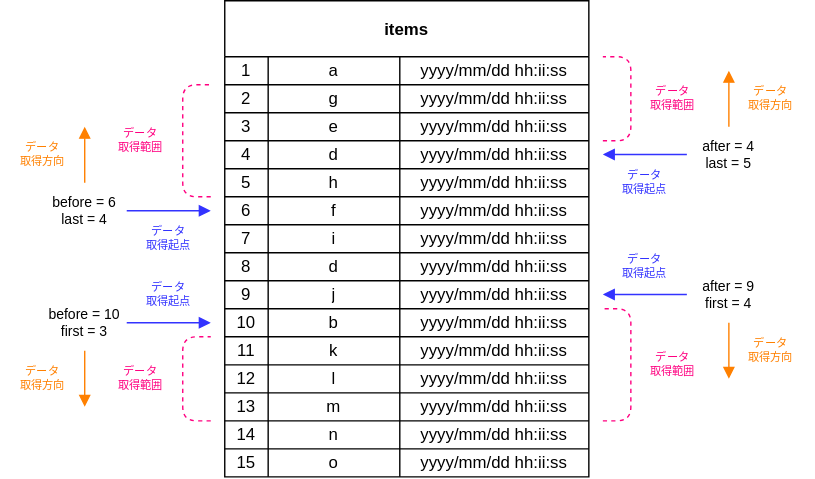
This is pages/schema/_drawio/relay.cursor.connection.drawio.svg from hazuki3417/memoria-design, a draw.io export, as it was before one commit. Source tidied: cells renumbered, new cells last; positions are measured from the earlier drawing's top-left corner, leaving out a move shared by most shapes.
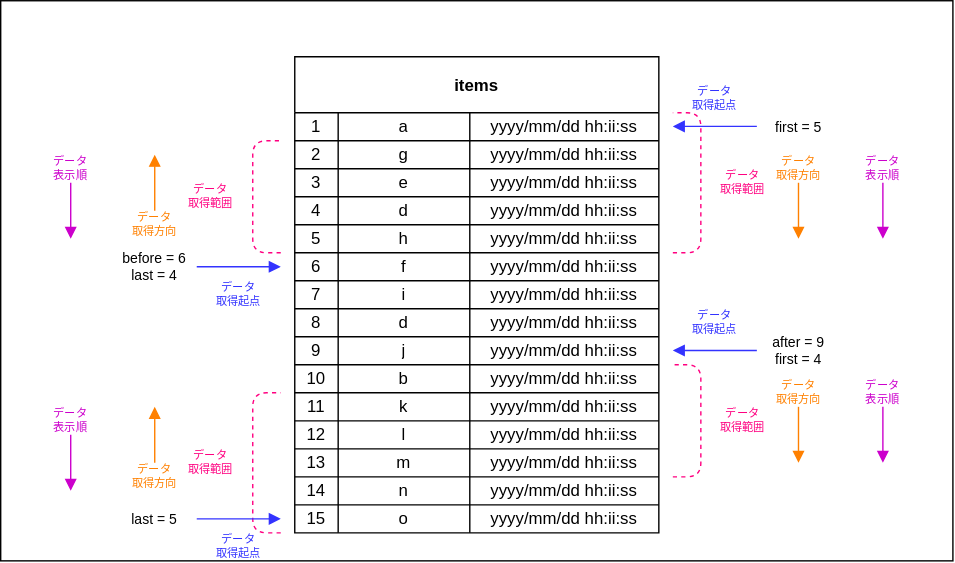
After the commit.

Commit message:
fix: relay cursor connectionの情報を修正

The edit, as a diff of the source:
```diff
@@ -1,6 +1,10 @@
 <mxGraphModel>
   <root>
     <mxCell id="0" />
+    <mxCell id="91" value="art-work" parent="0" />
+    <mxCell id="92" style="rounded=0;whiteSpace=wrap;html=1;strokeWidth=1;" parent="91" vertex="1">
+      <mxGeometry x="-50" y="-40" width="680" height="400" as="geometry" />
+    </mxCell>
     <mxCell id="1" value="elem" parent="0" />
     <mxCell id="2" value="items" style="shape=table;startSize=40;fontStyle=1;align=center;" parent="1" vertex="1">
       <mxGeometry x="160" width="260" height="340" as="geometry" />
@@ -185,18 +189,9 @@
     <mxCell id="62" value="yyyy/mm/dd hh:ii:ss" style="shape=partialRectangle;html=1;whiteSpace=wrap;fillColor=none;top=0;left=0;bottom=0;right=0;overflow=hidden;" parent="59" vertex="1">
       <mxGeometry x="125" width="135" height="20" as="geometry" />
     </mxCell>
-    <mxCell id="63" value="before = 10&lt;br style=&quot;font-size: 10px;&quot;&gt;first = 3" style="text;html=1;strokeColor=none;fillColor=none;align=center;verticalAlign=middle;whiteSpace=wrap;rounded=0;fontSize=10;fontColor=#000000;" parent="1" vertex="1">
-      <mxGeometry x="30" y="220" width="60" height="20" as="geometry" />
-    </mxCell>
     <mxCell id="64" value="after = 9&lt;br style=&quot;font-size: 10px;&quot;&gt;first = 4" style="text;html=1;strokeColor=none;fillColor=none;align=center;verticalAlign=middle;whiteSpace=wrap;rounded=0;fontSize=10;fontColor=#000000;" parent="1" vertex="1">
       <mxGeometry x="490" y="200" width="60" height="20" as="geometry" />
     </mxCell>
-    <mxCell id="65" style="endArrow=block;html=1;endFill=1;fontColor=#3333FF;strokeColor=#3333FF;" parent="1" edge="1">
-      <mxGeometry relative="1" as="geometry">
-        <mxPoint x="90" y="230" as="sourcePoint" />
-        <mxPoint x="150" y="230" as="targetPoint" />
-      </mxGeometry>
-    </mxCell>
     <mxCell id="66" style="endArrow=block;html=1;endFill=1;strokeColor=#3333FF;" parent="1" edge="1">
       <mxGeometry relative="1" as="geometry">
         <mxPoint x="490" y="209.7" as="sourcePoint" />
@@ -205,14 +200,14 @@
     </mxCell>
     <mxCell id="67" style="endArrow=block;html=1;endFill=1;strokeColor=#FF8000;" parent="1" edge="1">
       <mxGeometry relative="1" as="geometry">
-        <mxPoint x="60" y="130" as="sourcePoint" />
-        <mxPoint x="60" y="90" as="targetPoint" />
+        <mxPoint x="60" y="110" as="sourcePoint" />
+        <mxPoint x="60" y="70" as="targetPoint" />
       </mxGeometry>
     </mxCell>
     <mxCell id="68" style="endArrow=block;html=1;endFill=1;strokeColor=#FF8000;" parent="1" edge="1">
       <mxGeometry relative="1" as="geometry">
-        <mxPoint x="520" y="230" as="sourcePoint" />
-        <mxPoint x="520" y="270" as="targetPoint" />
+        <mxPoint x="519.7" y="250" as="sourcePoint" />
+        <mxPoint x="519.7" y="290" as="targetPoint" />
       </mxGeometry>
     </mxCell>
     <mxCell id="69" style="endArrow=none;dashed=1;html=1;edgeStyle=orthogonalEdgeStyle;strokeColor=#FF0080;" parent="1" edge="1">
@@ -226,35 +221,12 @@
         </Array>
       </mxGeometry>
     </mxCell>
-    <mxCell id="70" style="endArrow=none;dashed=1;html=1;edgeStyle=orthogonalEdgeStyle;strokeWidth=1;strokeColor=#FF0080;" parent="1" edge="1">
-      <mxGeometry relative="1" as="geometry">
-        <mxPoint x="150" y="300" as="sourcePoint" />
-        <mxPoint x="150" y="240" as="targetPoint" />
-        <Array as="points">
-          <mxPoint x="150" y="300" />
-          <mxPoint x="130" y="300" />
-          <mxPoint x="130" y="240" />
-        </Array>
-      </mxGeometry>
-    </mxCell>
     <mxCell id="71" value="データ&lt;br style=&quot;font-size: 8px;&quot;&gt;取得方向" style="text;html=1;strokeColor=none;fillColor=none;align=center;verticalAlign=middle;whiteSpace=wrap;rounded=0;fontSize=8;fontColor=#FF8000;" parent="1" vertex="1">
-      <mxGeometry x="520" y="240" width="60" height="20" as="geometry" />
+      <mxGeometry x="490" y="230" width="60" height="20" as="geometry" />
     </mxCell>
-    <mxCell id="72" value="データ&lt;br style=&quot;font-size: 8px;&quot;&gt;取得方向" style="text;html=1;strokeColor=none;fillColor=none;align=center;verticalAlign=middle;whiteSpace=wrap;rounded=0;fontSize=8;fontColor=#FF8000;" parent="1" vertex="1">
-      <mxGeometry y="260" width="60" height="20" as="geometry" />
-    </mxCell>
     <mxCell id="73" value="データ&lt;br style=&quot;font-size: 8px;&quot;&gt;取得起点" style="text;html=1;strokeColor=none;fillColor=none;align=center;verticalAlign=middle;whiteSpace=wrap;rounded=0;fontSize=8;fontColor=#3333FF;" parent="1" vertex="1">
       <mxGeometry x="430" y="180" width="60" height="20" as="geometry" />
     </mxCell>
-    <mxCell id="74" value="データ&lt;br style=&quot;font-size: 8px;&quot;&gt;取得起点" style="text;html=1;strokeColor=none;fillColor=none;align=center;verticalAlign=middle;whiteSpace=wrap;rounded=0;fontSize=8;fontColor=#3333FF;" parent="1" vertex="1">
-      <mxGeometry x="90" y="200" width="60" height="20" as="geometry" />
-    </mxCell>
-    <mxCell id="75" style="endArrow=block;html=1;endFill=1;strokeColor=#FF8000;" parent="1" edge="1">
-      <mxGeometry relative="1" as="geometry">
-        <mxPoint x="60" y="250" as="sourcePoint" />
-        <mxPoint x="60" y="290" as="targetPoint" />
-      </mxGeometry>
-    </mxCell>
     <mxCell id="76" style="endArrow=none;dashed=1;html=1;edgeStyle=orthogonalEdgeStyle;strokeColor=#FF0080;strokeWidth=1;" parent="1" edge="1">
       <mxGeometry relative="1" as="geometry">
         <mxPoint x="150" y="140" as="sourcePoint" />
@@ -279,50 +251,118 @@
       <mxGeometry x="30" y="140" width="60" height="20" as="geometry" />
     </mxCell>
     <mxCell id="80" value="データ&lt;br style=&quot;font-size: 8px;&quot;&gt;取得方向" style="text;html=1;strokeColor=none;fillColor=none;align=center;verticalAlign=middle;whiteSpace=wrap;rounded=0;fontSize=8;fontColor=#FF8000;" parent="1" vertex="1">
-      <mxGeometry y="100" width="60" height="20" as="geometry" />
+      <mxGeometry x="30" y="110" width="60" height="20" as="geometry" />
     </mxCell>
     <mxCell id="81" value="データ&lt;br style=&quot;font-size: 8px;&quot;&gt;取得範囲" style="text;html=1;strokeColor=none;fillColor=none;align=center;verticalAlign=middle;whiteSpace=wrap;rounded=0;fontSize=8;fontColor=#FF0080;" parent="1" vertex="1">
       <mxGeometry x="70" y="90" width="60" height="20" as="geometry" />
     </mxCell>
-    <mxCell id="82" value="データ&lt;br style=&quot;font-size: 8px;&quot;&gt;取得範囲" style="text;html=1;strokeColor=none;fillColor=none;align=center;verticalAlign=middle;whiteSpace=wrap;rounded=0;fontSize=8;fontColor=#FF0080;" parent="1" vertex="1">
-      <mxGeometry x="70" y="260" width="60" height="20" as="geometry" />
-    </mxCell>
     <mxCell id="83" value="データ&lt;br style=&quot;font-size: 8px;&quot;&gt;取得範囲" style="text;html=1;strokeColor=none;fillColor=none;align=center;verticalAlign=middle;whiteSpace=wrap;rounded=0;fontSize=8;fontColor=#FF0080;" parent="1" vertex="1">
       <mxGeometry x="450" y="250" width="60" height="20" as="geometry" />
     </mxCell>
-    <mxCell id="84" value="after = 4&lt;br style=&quot;font-size: 10px;&quot;&gt;last = 5" style="text;html=1;strokeColor=none;fillColor=none;align=center;verticalAlign=middle;whiteSpace=wrap;rounded=0;fontSize=10;fontColor=#000000;" parent="1" vertex="1">
-      <mxGeometry x="490" y="100" width="60" height="20" as="geometry" />
-    </mxCell>
-    <mxCell id="85" style="endArrow=block;html=1;endFill=1;strokeColor=#3333FF;" parent="1" edge="1">
-      <mxGeometry relative="1" as="geometry">
-        <mxPoint x="490" y="109.8" as="sourcePoint" />
-        <mxPoint x="430" y="109.8" as="targetPoint" />
-      </mxGeometry>
-    </mxCell>
-    <mxCell id="86" style="endArrow=none;dashed=1;html=1;edgeStyle=orthogonalEdgeStyle;strokeColor=#FF0080;" parent="1" edge="1">
-      <mxGeometry relative="1" as="geometry">
-        <mxPoint x="430" y="100" as="sourcePoint" />
-        <mxPoint x="430" y="40" as="targetPoint" />
-        <Array as="points">
-          <mxPoint x="450" y="100" />
-          <mxPoint x="450" y="40" />
-        </Array>
-      </mxGeometry>
-    </mxCell>
-    <mxCell id="87" value="データ&lt;br style=&quot;font-size: 8px;&quot;&gt;取得起点" style="text;html=1;strokeColor=none;fillColor=none;align=center;verticalAlign=middle;whiteSpace=wrap;rounded=0;fontSize=8;fontColor=#3333FF;" parent="1" vertex="1">
-      <mxGeometry x="430" y="120" width="60" height="20" as="geometry" />
-    </mxCell>
-    <mxCell id="88" value="データ&lt;br style=&quot;font-size: 8px;&quot;&gt;取得範囲" style="text;html=1;strokeColor=none;fillColor=none;align=center;verticalAlign=middle;whiteSpace=wrap;rounded=0;fontSize=8;fontColor=#FF0080;" parent="1" vertex="1">
-      <mxGeometry x="450" y="60" width="60" height="20" as="geometry" />
-    </mxCell>
-    <mxCell id="89" style="endArrow=block;html=1;endFill=1;strokeColor=#FF8000;" parent="1" edge="1">
-      <mxGeometry relative="1" as="geometry">
-        <mxPoint x="520" y="90" as="sourcePoint" />
-        <mxPoint x="520" y="50" as="targetPoint" />
-      </mxGeometry>
-    </mxCell>
-    <mxCell id="90" value="データ&lt;br style=&quot;font-size: 8px;&quot;&gt;取得方向" style="text;html=1;strokeColor=none;fillColor=none;align=center;verticalAlign=middle;whiteSpace=wrap;rounded=0;fontSize=8;fontColor=#FF8000;" parent="1" vertex="1">
-      <mxGeometry x="520" y="60" width="60" height="20" as="geometry" />
-    </mxCell>
+    <mxCell id="93" style="endArrow=block;html=1;endFill=1;strokeColor=#CC00CC;" parent="1" edge="1">
+      <mxGeometry relative="1" as="geometry">
+        <mxPoint y="90" as="sourcePoint" />
+        <mxPoint y="130" as="targetPoint" />
+      </mxGeometry>
+    </mxCell>
+    <mxCell id="94" value="データ&lt;br style=&quot;font-size: 8px;&quot;&gt;表示順" style="text;html=1;strokeColor=none;fillColor=none;align=center;verticalAlign=middle;whiteSpace=wrap;rounded=0;fontSize=8;fontColor=#CC00CC;" parent="1" vertex="1">
+      <mxGeometry x="-30" y="70" width="60" height="20" as="geometry" />
+    </mxCell>
+    <mxCell id="95" style="endArrow=block;html=1;endFill=1;strokeColor=#CC00CC;" parent="1" edge="1">
+      <mxGeometry relative="1" as="geometry">
+        <mxPoint x="580" y="250" as="sourcePoint" />
+        <mxPoint x="580" y="290" as="targetPoint" />
+      </mxGeometry>
+    </mxCell>
+    <mxCell id="96" value="データ&lt;br style=&quot;font-size: 8px;&quot;&gt;表示順" style="text;html=1;strokeColor=none;fillColor=none;align=center;verticalAlign=middle;whiteSpace=wrap;rounded=0;fontSize=8;fontColor=#CC00CC;" parent="1" vertex="1">
+      <mxGeometry x="550" y="230" width="60" height="20" as="geometry" />
+    </mxCell>
+    <mxCell id="97" value="first = 5" style="text;html=1;strokeColor=none;fillColor=none;align=center;verticalAlign=middle;whiteSpace=wrap;rounded=0;fontSize=10;fontColor=#000000;" parent="1" vertex="1">
+      <mxGeometry x="490" y="40" width="60" height="20" as="geometry" />
+    </mxCell>
+    <mxCell id="98" style="endArrow=block;html=1;endFill=1;strokeColor=#3333FF;" parent="1" edge="1">
+      <mxGeometry relative="1" as="geometry">
+        <mxPoint x="490" y="49.7" as="sourcePoint" />
+        <mxPoint x="430" y="49.7" as="targetPoint" />
+      </mxGeometry>
+    </mxCell>
+    <mxCell id="99" style="endArrow=block;html=1;endFill=1;strokeColor=#FF8000;" parent="1" edge="1">
+      <mxGeometry relative="1" as="geometry">
+        <mxPoint x="519.7" y="90" as="sourcePoint" />
+        <mxPoint x="519.7" y="130" as="targetPoint" />
+      </mxGeometry>
+    </mxCell>
+    <mxCell id="100" style="endArrow=none;dashed=1;html=1;edgeStyle=orthogonalEdgeStyle;strokeColor=#FF0080;" parent="1" edge="1">
+      <mxGeometry relative="1" as="geometry">
+        <mxPoint x="430" y="140" as="sourcePoint" />
+        <mxPoint x="430" y="40" as="targetPoint" />
+        <Array as="points">
+          <mxPoint x="450" y="140" />
+          <mxPoint x="450" y="40" />
+          <mxPoint x="430" y="40" />
+        </Array>
+      </mxGeometry>
+    </mxCell>
+    <mxCell id="101" value="データ&lt;br style=&quot;font-size: 8px;&quot;&gt;取得方向" style="text;html=1;strokeColor=none;fillColor=none;align=center;verticalAlign=middle;whiteSpace=wrap;rounded=0;fontSize=8;fontColor=#FF8000;" parent="1" vertex="1">
+      <mxGeometry x="490" y="70" width="60" height="20" as="geometry" />
+    </mxCell>
+    <mxCell id="102" value="データ&lt;br style=&quot;font-size: 8px;&quot;&gt;取得起点" style="text;html=1;strokeColor=none;fillColor=none;align=center;verticalAlign=middle;whiteSpace=wrap;rounded=0;fontSize=8;fontColor=#3333FF;" parent="1" vertex="1">
+      <mxGeometry x="430" y="20" width="60" height="20" as="geometry" />
+    </mxCell>
+    <mxCell id="103" value="データ&lt;br style=&quot;font-size: 8px;&quot;&gt;取得範囲" style="text;html=1;strokeColor=none;fillColor=none;align=center;verticalAlign=middle;whiteSpace=wrap;rounded=0;fontSize=8;fontColor=#FF0080;" parent="1" vertex="1">
+      <mxGeometry x="450" y="80" width="60" height="20" as="geometry" />
+    </mxCell>
+    <mxCell id="104" style="endArrow=block;html=1;endFill=1;strokeColor=#CC00CC;" parent="1" edge="1">
+      <mxGeometry relative="1" as="geometry">
+        <mxPoint x="580" y="90" as="sourcePoint" />
+        <mxPoint x="580" y="130" as="targetPoint" />
+      </mxGeometry>
+    </mxCell>
+    <mxCell id="105" value="データ&lt;br style=&quot;font-size: 8px;&quot;&gt;表示順" style="text;html=1;strokeColor=none;fillColor=none;align=center;verticalAlign=middle;whiteSpace=wrap;rounded=0;fontSize=8;fontColor=#CC00CC;" parent="1" vertex="1">
+      <mxGeometry x="550" y="70" width="60" height="20" as="geometry" />
+    </mxCell>
+    <mxCell id="106" style="endArrow=block;html=1;endFill=1;strokeColor=#FF8000;" parent="1" edge="1">
+      <mxGeometry relative="1" as="geometry">
+        <mxPoint x="60" y="290" as="sourcePoint" />
+        <mxPoint x="60" y="250" as="targetPoint" />
+      </mxGeometry>
+    </mxCell>
+    <mxCell id="107" style="endArrow=none;dashed=1;html=1;edgeStyle=orthogonalEdgeStyle;strokeColor=#FF0080;strokeWidth=1;" parent="1" edge="1">
+      <mxGeometry relative="1" as="geometry">
+        <mxPoint x="150" y="340" as="sourcePoint" />
+        <mxPoint x="150" y="240" as="targetPoint" />
+        <Array as="points">
+          <mxPoint x="130" y="340" />
+          <mxPoint x="130" y="240" />
+        </Array>
+      </mxGeometry>
+    </mxCell>
+    <mxCell id="108" value="データ&lt;br style=&quot;font-size: 8px;&quot;&gt;取得起点" style="text;html=1;strokeColor=none;fillColor=none;align=center;verticalAlign=middle;whiteSpace=wrap;rounded=0;fontSize=8;fontColor=#3333FF;" parent="1" vertex="1">
+      <mxGeometry x="90" y="340" width="60" height="20" as="geometry" />
+    </mxCell>
+    <mxCell id="109" style="endArrow=block;html=1;endFill=1;strokeColor=#3333FF;" parent="1" edge="1">
+      <mxGeometry relative="1" as="geometry">
+        <mxPoint x="90" y="330" as="sourcePoint" />
+        <mxPoint x="150" y="330" as="targetPoint" />
+      </mxGeometry>
+    </mxCell>
+    <mxCell id="110" value="last = 5" style="text;html=1;strokeColor=none;fillColor=none;align=center;verticalAlign=middle;whiteSpace=wrap;rounded=0;fontSize=10;fontColor=#000000;" parent="1" vertex="1">
+      <mxGeometry x="30" y="320" width="60" height="20" as="geometry" />
+    </mxCell>
+    <mxCell id="111" value="データ&lt;br style=&quot;font-size: 8px;&quot;&gt;取得方向" style="text;html=1;strokeColor=none;fillColor=none;align=center;verticalAlign=middle;whiteSpace=wrap;rounded=0;fontSize=8;fontColor=#FF8000;" parent="1" vertex="1">
+      <mxGeometry x="30" y="290" width="60" height="20" as="geometry" />
+    </mxCell>
+    <mxCell id="112" value="データ&lt;br style=&quot;font-size: 8px;&quot;&gt;取得範囲" style="text;html=1;strokeColor=none;fillColor=none;align=center;verticalAlign=middle;whiteSpace=wrap;rounded=0;fontSize=8;fontColor=#FF0080;" parent="1" vertex="1">
+      <mxGeometry x="70" y="280" width="60" height="20" as="geometry" />
+    </mxCell>
+    <mxCell id="113" style="endArrow=block;html=1;endFill=1;strokeColor=#CC00CC;" parent="1" edge="1">
+      <mxGeometry relative="1" as="geometry">
+        <mxPoint y="270" as="sourcePoint" />
+        <mxPoint y="310" as="targetPoint" />
+      </mxGeometry>
+    </mxCell>
+    <mxCell id="114" value="データ&lt;br style=&quot;font-size: 8px;&quot;&gt;表示順" style="text;html=1;strokeColor=none;fillColor=none;align=center;verticalAlign=middle;whiteSpace=wrap;rounded=0;fontSize=8;fontColor=#CC00CC;" parent="1" vertex="1">
+      <mxGeometry x="-30" y="250" width="60" height="20" as="geometry" />
+    </mxCell>
   </root>
 </mxGraphModel>
```
